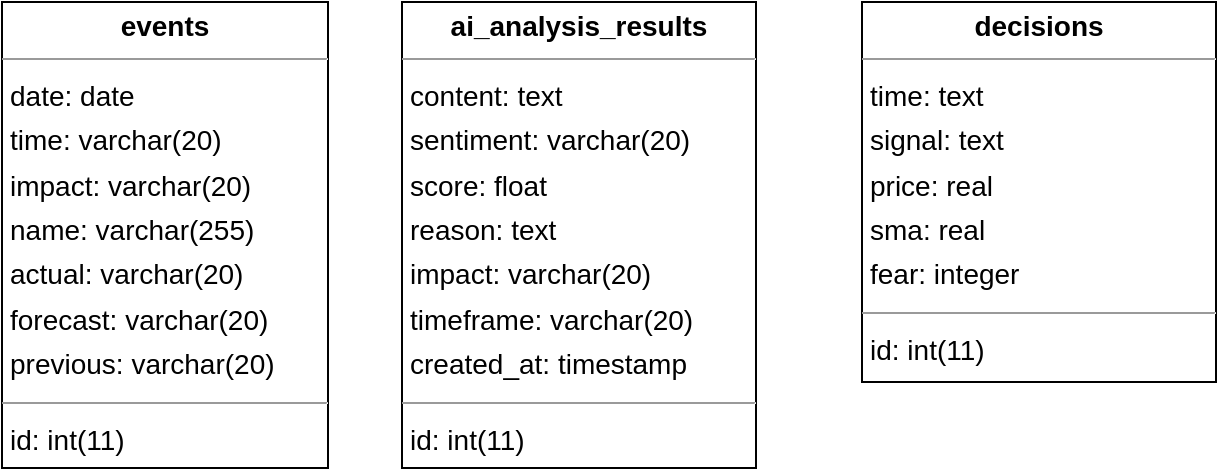
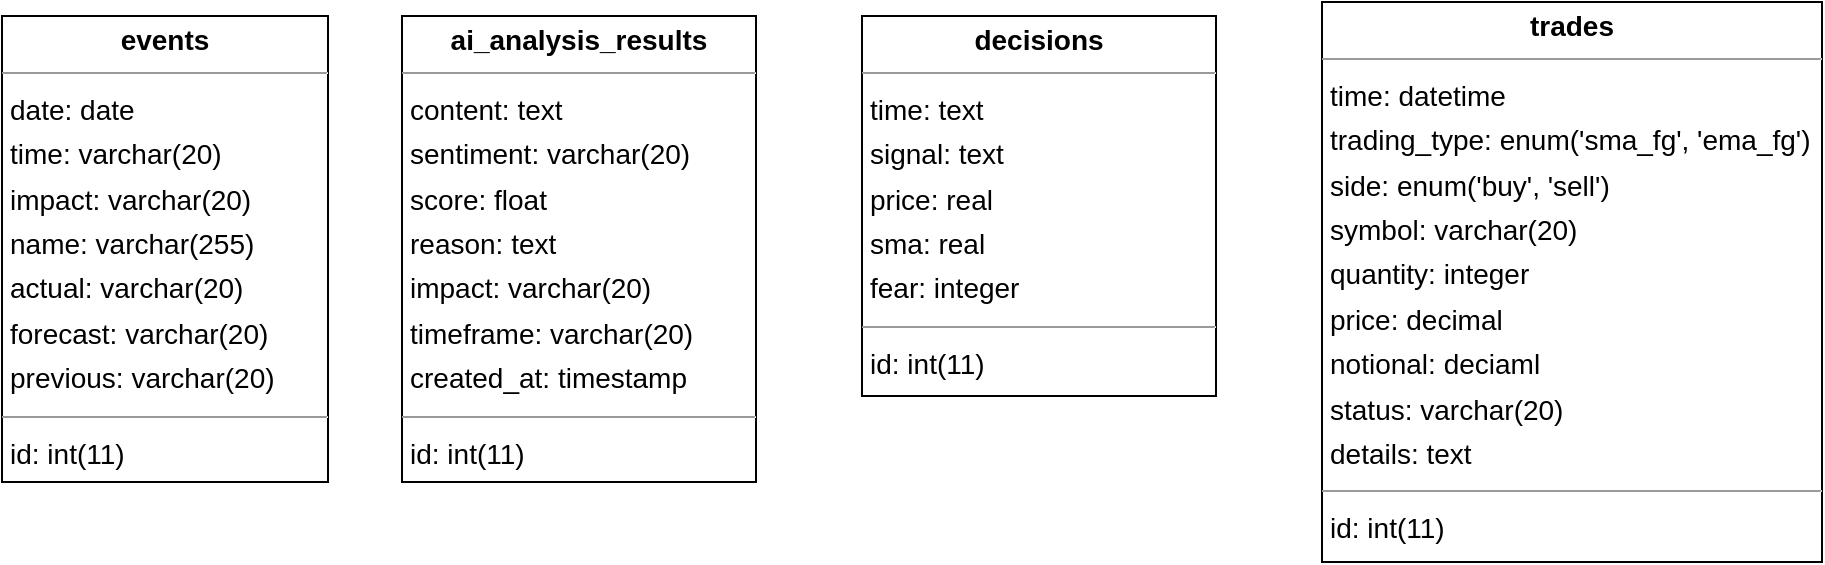
<mxfile host="app.diagrams.net" agent="Mozilla/5.0 (Windows NT 10.0; Win64; x64) AppleWebKit/537.36 (KHTML, like Gecko) Chrome/132.0.0.0 Safari/537.36 Edg/132.0.0.0">
  <diagram id="zMSnLhpvWEdKgvZifGmT" name="Stránka-1">
-     <mxGraphModel dx="-798" dy="1536" grid="1" gridSize="10" guides="1" tooltips="1" connect="1" arrows="1" fold="1" page="0" pageScale="1" pageWidth="827" pageHeight="1169" background="none" math="0" shadow="0">
+     <mxGraphModel dx="-978" dy="1426" grid="1" gridSize="10" guides="1" tooltips="1" connect="1" arrows="1" fold="1" page="0" pageScale="1" pageWidth="827" pageHeight="1169" background="none" math="0" shadow="0">
      <root>
        <mxCell id="0" />
        <mxCell id="1" parent="0" />
        <mxCell id="node39" parent="1" style="verticalAlign=top;align=left;overflow=fill;fontSize=14;fontFamily=Helvetica;html=1;rounded=0;shadow=0;comic=0;labelBackgroundColor=none;strokeWidth=1;" value="&lt;p style=&quot;margin:0px;margin-top:4px;text-align:center;&quot;&gt;&lt;b&gt;decisions&lt;/b&gt;&lt;/p&gt;&lt;hr size=&quot;1&quot;&gt;&lt;p style=&quot;margin:0 0 0 4px;line-height:1.6;&quot;&gt; time: text&lt;br&gt; signal: text&lt;br&gt; price: real&lt;br&gt; sma: real&lt;br&gt; fear: integer&lt;/p&gt;&lt;hr size=&quot;1&quot;&gt;&lt;p style=&quot;margin:0 0 0 4px;line-height:1.6;&quot;&gt; id: int(11)&lt;/p&gt;" vertex="1">
          <mxGeometry height="190" width="177" x="2720" y="-583" as="geometry" />
        </mxCell>
        <mxCell id="node25" parent="1" style="verticalAlign=top;align=left;overflow=fill;fontSize=14;fontFamily=Helvetica;html=1;rounded=0;shadow=0;comic=0;labelBackgroundColor=none;strokeWidth=1;" value="&lt;p style=&quot;margin:0px;margin-top:4px;text-align:center;&quot;&gt;&lt;b&gt;ai_analysis_results&lt;/b&gt;&lt;/p&gt;&lt;hr size=&quot;1&quot;&gt;&lt;p style=&quot;margin:0 0 0 4px;line-height:1.6;&quot;&gt; content: text&lt;br&gt;sentiment: varchar(20)&lt;br&gt; score: float&lt;br&gt; reason: text&lt;/p&gt;&lt;p style=&quot;margin:0 0 0 4px;line-height:1.6;&quot;&gt;impact: varchar(20)&lt;/p&gt;&lt;p style=&quot;margin:0 0 0 4px;line-height:1.6;&quot;&gt;timeframe: varchar(20)&lt;/p&gt;&lt;p style=&quot;margin:0 0 0 4px;line-height:1.6;&quot;&gt;created_at: timestamp&lt;/p&gt;&lt;hr size=&quot;1&quot;&gt;&lt;p style=&quot;margin:0 0 0 4px;line-height:1.6;&quot;&gt; id: int(11)&lt;/p&gt;" vertex="1">
          <mxGeometry height="233" width="177" x="2490" y="-583" as="geometry" />
        </mxCell>
        <mxCell id="node2" parent="1" style="verticalAlign=top;align=left;overflow=fill;fontSize=14;fontFamily=Helvetica;html=1;rounded=0;shadow=0;comic=0;labelBackgroundColor=none;strokeWidth=1;" value="&lt;p style=&quot;margin:0px;margin-top:4px;text-align:center;&quot;&gt;&lt;b&gt;events&lt;/b&gt;&lt;/p&gt;&lt;hr size=&quot;1&quot;&gt;&lt;p style=&quot;margin:0 0 0 4px;line-height:1.6;&quot;&gt; date: date&lt;br&gt; time: varchar(20)&lt;/p&gt;&lt;p style=&quot;margin:0 0 0 4px;line-height:1.6;&quot;&gt;impact: varchar(20)&lt;/p&gt;&lt;p style=&quot;margin:0 0 0 4px;line-height:1.6;&quot;&gt;name: varchar(255)&lt;/p&gt;&lt;p style=&quot;margin:0 0 0 4px;line-height:1.6;&quot;&gt;actual: varchar(20)&lt;/p&gt;&lt;p style=&quot;margin:0 0 0 4px;line-height:1.6;&quot;&gt;forecast: varchar(20)&lt;/p&gt;&lt;p style=&quot;margin:0 0 0 4px;line-height:1.6;&quot;&gt;previous: varchar(20)&lt;/p&gt;&lt;hr size=&quot;1&quot;&gt;&lt;p style=&quot;margin:0 0 0 4px;line-height:1.6;&quot;&gt; id: int(11)&lt;/p&gt;" vertex="1">
          <mxGeometry height="233" width="163" x="2290" y="-583" as="geometry" />
        </mxCell>
+         <mxCell id="sRcEU2km_Bs796rdiUJp-1" parent="1" style="verticalAlign=top;align=left;overflow=fill;fontSize=14;fontFamily=Helvetica;html=1;rounded=0;shadow=0;comic=0;labelBackgroundColor=none;strokeWidth=1;" value="&lt;p style=&quot;margin:0px;margin-top:4px;text-align:center;&quot;&gt;&lt;b&gt;trades&lt;/b&gt;&lt;/p&gt;&lt;hr size=&quot;1&quot;&gt;&lt;p style=&quot;margin:0 0 0 4px;line-height:1.6;&quot;&gt; time: datetime&lt;br&gt; trading_type: enum(&#39;sma_fg&#39;, &#39;ema_fg&#39;)&lt;br&gt; side: enum(&#39;buy&#39;, &#39;sell&#39;)&lt;br&gt; symbol: varchar(20)&lt;br&gt; quantity: integer&lt;/p&gt;&lt;p style=&quot;margin:0 0 0 4px;line-height:1.6;&quot;&gt;price: decimal&lt;/p&gt;&lt;p style=&quot;margin:0 0 0 4px;line-height:1.6;&quot;&gt;notional: deciaml&lt;/p&gt;&lt;p style=&quot;margin:0 0 0 4px;line-height:1.6;&quot;&gt;status: varchar(20)&lt;/p&gt;&lt;p style=&quot;margin:0 0 0 4px;line-height:1.6;&quot;&gt;details: text&lt;/p&gt;&lt;hr size=&quot;1&quot;&gt;&lt;p style=&quot;margin:0 0 0 4px;line-height:1.6;&quot;&gt; id: int(11)&lt;/p&gt;" vertex="1">
+           <mxGeometry height="280" width="250" x="2950" y="-590" as="geometry" />
+         </mxCell>
      </root>
    </mxGraphModel>
  </diagram>
</mxfile>
